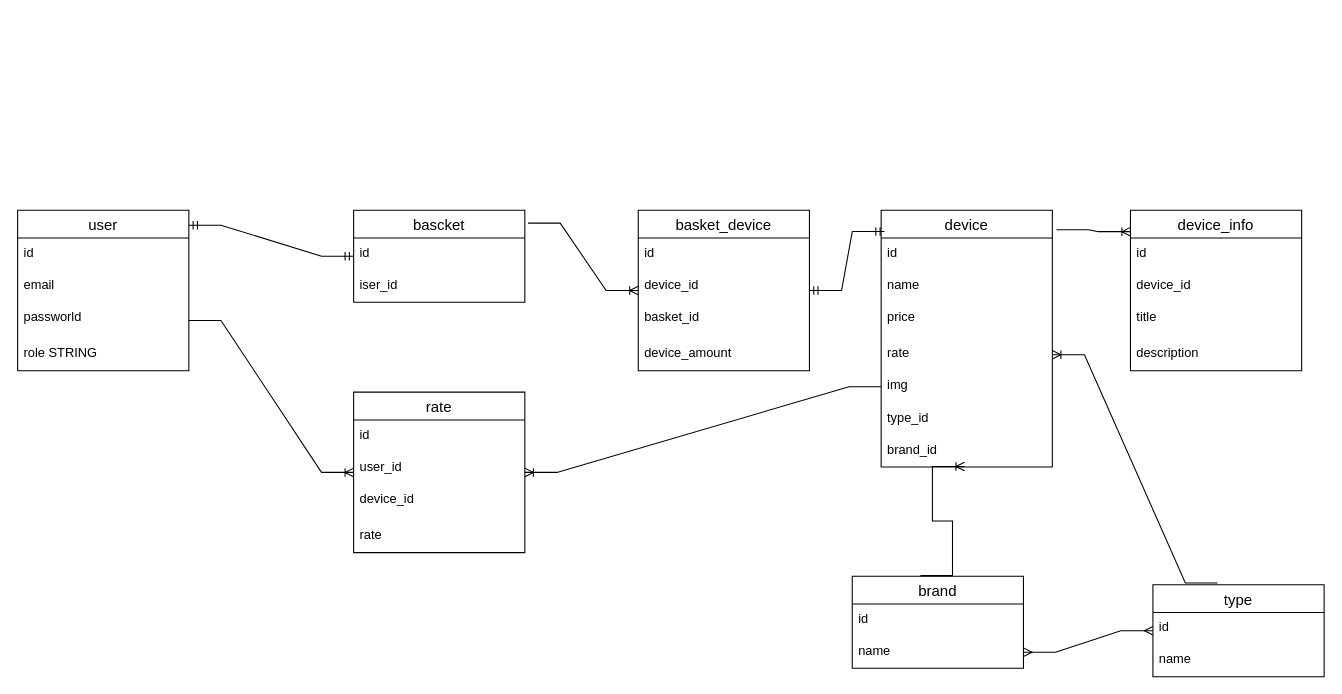
Before: server/models/db_diagram.drawio in zaxel/react_simple_shop, a draw.io diagram. Source tidied: cells renumbered, new cells numbered last; positions are measured from the earlier drawing's top-left corner, leaving out a move shared by most shapes. Both pictures are drawn from the tidied source at 107%, with x=0, y=0 at pixel (17, 210).
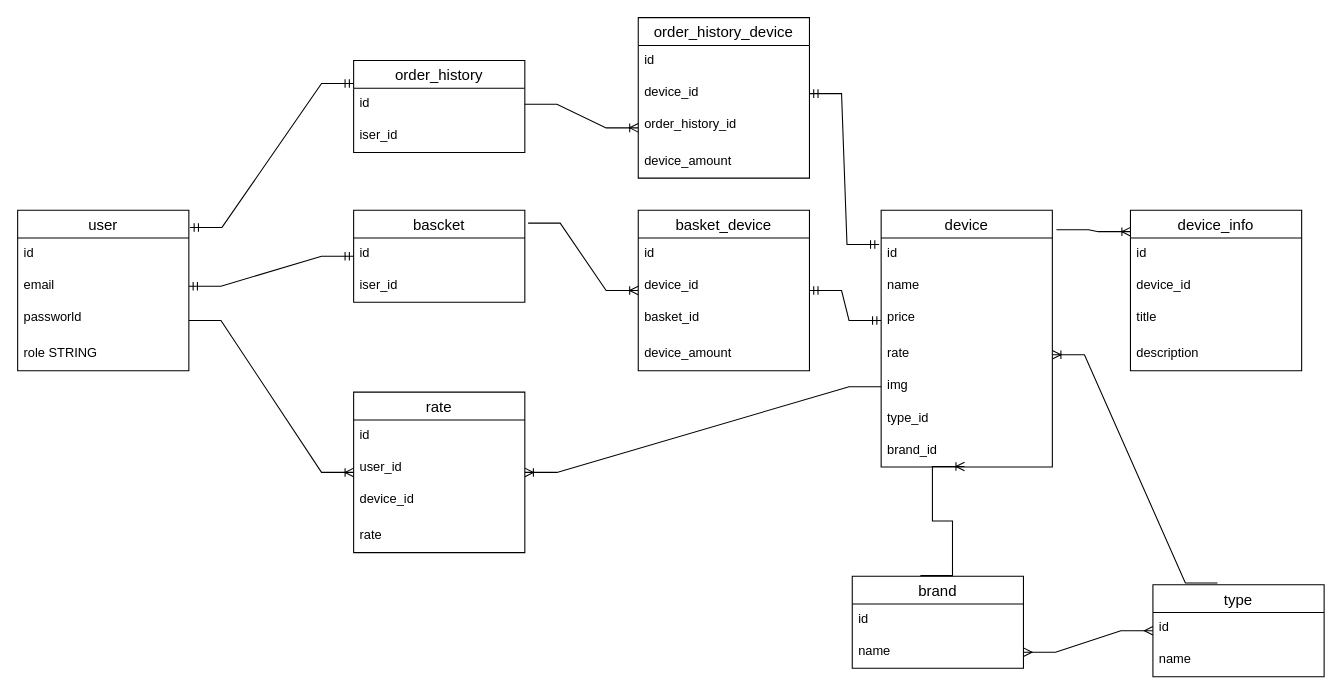
Above is the later version.

Commit message:
order history added to db model

The change refers to these unchanged cells:
```xml
<mxCell id="2" value="user" style="swimlane;fontStyle=0;horizontal=1;startSize=26;align=center;fontSize=14;" parent="1" vertex="1">
  <mxGeometry width="160" height="150" as="geometry" />
</mxCell>
<mxCell id="4" value="email" style="text;strokeColor=none;fillColor=none;spacingLeft=4;spacingRight=4;overflow=hidden;points=[[0,0.5],[1,0.5]];portConstraint=eastwest;fontSize=12;" parent="2" vertex="1">
  <mxGeometry y="56" width="160" height="30" as="geometry" />
</mxCell>
<mxCell id="7" value="bascket" style="swimlane;fontStyle=0;horizontal=1;startSize=26;align=center;fontSize=14;" parent="1" vertex="1">
  <mxGeometry x="314" width="160" height="86" as="geometry" />
</mxCell>
<mxCell id="11" value="device" style="swimlane;fontStyle=0;horizontal=1;startSize=26;align=center;fontSize=14;" parent="1" vertex="1">
  <mxGeometry x="807" width="160" height="240" as="geometry" />
</mxCell>
<mxCell id="12" value="id" style="text;strokeColor=none;fillColor=none;spacingLeft=4;spacingRight=4;overflow=hidden;points=[[0,0.5],[1,0.5]];portConstraint=eastwest;fontSize=12;" parent="11" vertex="1">
  <mxGeometry y="26" width="160" height="30" as="geometry" />
</mxCell>
<mxCell id="14" value="price" style="text;strokeColor=none;fillColor=none;spacingLeft=4;spacingRight=4;overflow=hidden;points=[[0,0.5],[1,0.5]];portConstraint=eastwest;fontSize=12;" parent="11" vertex="1">
  <mxGeometry y="86" width="160" height="34" as="geometry" />
</mxCell>
<mxCell id="34" value="basket_device" style="swimlane;fontStyle=0;horizontal=1;startSize=26;align=center;fontSize=14;" parent="1" vertex="1">
  <mxGeometry x="580" width="160" height="150" as="geometry" />
</mxCell>
```

Diff of the diagram source:
```diff
@@
-    <mxCell id="10" style="edgeStyle=entityRelationEdgeStyle;fontSize=12;html=1;endArrow=ERmandOne;startArrow=ERmandOne;rounded=0;exitX=1;exitY=0.093;exitDx=0;exitDy=0;exitPerimeter=0;" parent="1" edge="1" source="2" target="7">
+    <mxCell id="10" style="edgeStyle=entityRelationEdgeStyle;fontSize=12;html=1;endArrow=ERmandOne;startArrow=ERmandOne;rounded=0;exitX=1;exitY=0.5;exitDx=0;exitDy=0;" parent="1" edge="1" source="4" target="7">
       <mxGeometry relative="1" as="geometry" />
     </mxCell>
@@
-    <mxCell id="40" style="edgeStyle=entityRelationEdgeStyle;fontSize=12;html=1;endArrow=ERmandOne;startArrow=ERmandOne;rounded=0;exitX=0.019;exitY=0.083;exitDx=0;exitDy=0;exitPerimeter=0;" parent="1" edge="1" source="11" target="34">
+    <mxCell id="40" style="edgeStyle=entityRelationEdgeStyle;fontSize=12;html=1;endArrow=ERmandOne;startArrow=ERmandOne;rounded=0;exitX=0;exitY=0.5;exitDx=0;exitDy=0;" parent="1" edge="1" source="14" target="34">
       <mxGeometry relative="1" as="geometry" />
     </mxCell>
@@
+    <mxCell id="48" value="order_history" style="swimlane;fontStyle=0;horizontal=1;startSize=26;align=center;fontSize=14;" parent="1" vertex="1">
+      <mxGeometry x="314" y="-140" width="160" height="86" as="geometry" />
+    </mxCell>
+    <mxCell id="49" value="id" style="text;strokeColor=none;fillColor=none;spacingLeft=4;spacingRight=4;overflow=hidden;points=[[0,0.5],[1,0.5]];portConstraint=eastwest;fontSize=12;" parent="48" vertex="1">
+      <mxGeometry y="26" width="160" height="30" as="geometry" />
+    </mxCell>
+    <mxCell id="50" value="iser_id" style="text;strokeColor=none;fillColor=none;spacingLeft=4;spacingRight=4;overflow=hidden;fontSize=12;" parent="48" vertex="1">
+      <mxGeometry y="56" width="160" height="30" as="geometry" />
+    </mxCell>
+    <mxCell id="51" value="order_history_device" style="swimlane;fontStyle=0;horizontal=1;startSize=26;align=center;fontSize=14;" parent="1" vertex="1">
+      <mxGeometry x="580" y="-180" width="160" height="150" as="geometry" />
+    </mxCell>
+    <mxCell id="52" value="id" style="text;strokeColor=none;fillColor=none;spacingLeft=4;spacingRight=4;overflow=hidden;fontSize=12;" parent="51" vertex="1">
+      <mxGeometry y="26" width="160" height="30" as="geometry" />
+    </mxCell>
+    <mxCell id="53" value="device_id" style="text;strokeColor=none;fillColor=none;spacingLeft=4;spacingRight=4;overflow=hidden;points=[[0,0.5],[1,0.5]];portConstraint=eastwest;fontSize=12;" parent="51" vertex="1">
+      <mxGeometry y="56" width="160" height="30" as="geometry" />
+    </mxCell>
+    <mxCell id="54" value="order_history_id" style="text;strokeColor=none;fillColor=none;spacingLeft=4;spacingRight=4;overflow=hidden;points=[[0,0.5],[1,0.5]];portConstraint=eastwest;fontSize=12;" parent="51" vertex="1">
+      <mxGeometry y="86" width="160" height="34" as="geometry" />
+    </mxCell>
+    <mxCell id="55" value="device_amount" style="text;strokeColor=none;fillColor=none;spacingLeft=4;spacingRight=4;overflow=hidden;fontSize=12;" parent="51" vertex="1">
+      <mxGeometry y="120" width="160" height="30" as="geometry" />
+    </mxCell>
+    <mxCell id="56" style="edgeStyle=entityRelationEdgeStyle;fontSize=12;html=1;endArrow=ERmandOne;startArrow=ERmandOne;rounded=0;exitX=1.006;exitY=0.107;exitDx=0;exitDy=0;exitPerimeter=0;entryX=0;entryY=0.25;entryDx=0;entryDy=0;" parent="1" edge="1" source="2" target="48">
+      <mxGeometry relative="1" as="geometry" />
+    </mxCell>
+    <mxCell id="57" style="edgeStyle=entityRelationEdgeStyle;fontSize=12;html=1;endArrow=ERoneToMany;rounded=0;entryX=0;entryY=0.5;entryDx=0;entryDy=0;exitX=1;exitY=0.5;exitDx=0;exitDy=0;" parent="1" edge="1" source="49" target="54">
+      <mxGeometry relative="1" as="geometry" />
+    </mxCell>
+    <mxCell id="58" style="edgeStyle=entityRelationEdgeStyle;fontSize=12;html=1;endArrow=ERmandOne;startArrow=ERmandOne;rounded=0;entryX=1;entryY=0.5;entryDx=0;entryDy=0;exitX=-0.012;exitY=0.2;exitDx=0;exitDy=0;exitPerimeter=0;" parent="1" edge="1" source="12" target="53">
+      <mxGeometry relative="1" as="geometry" />
+    </mxCell>
```
